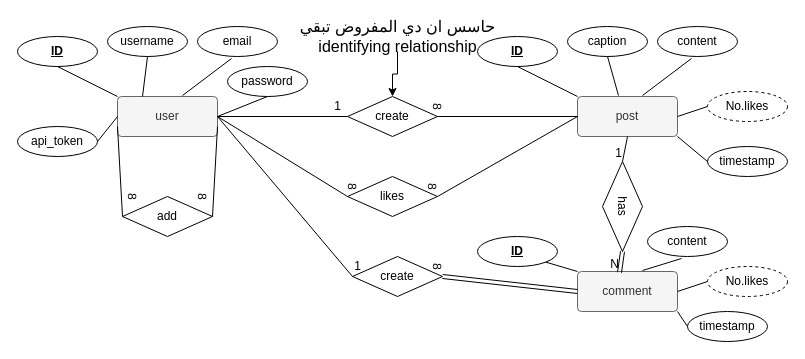
MohammadEssam0/database-related-things keeps this draw.io diagram as ER diagram.drawio. Above is the earlier version. Source tidied: cells renumbered, new cells numbered last; positions are measured from the earlier drawing's top-left corner, leaving out a move shared by most shapes. Both pictures are drawn from the tidied source at 100%, with x=0, y=0 at pixel (17, 21).
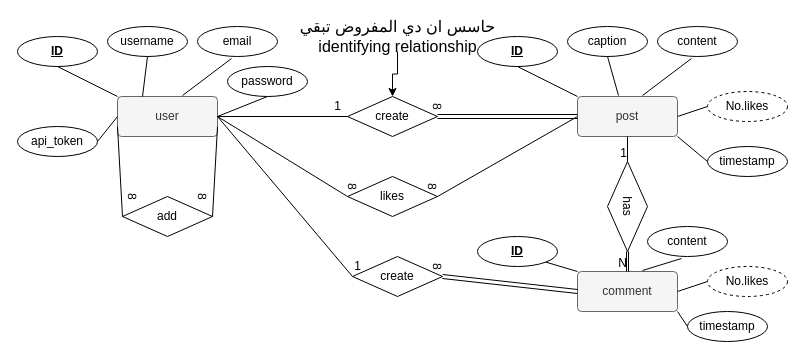
Above is the later version.

Unchanged cells that the change refers to:
```xml
<mxCell id="13" value="post" style="rounded=1;arcSize=10;whiteSpace=wrap;html=1;align=center;fillColor=#f5f5f5;fontColor=#333333;strokeColor=#666666;" parent="1" vertex="1">
  <mxGeometry x="560" y="75" width="100" height="40" as="geometry" />
</mxCell>
<mxCell id="20" value="create" style="shape=rhombus;perimeter=rhombusPerimeter;whiteSpace=wrap;html=1;align=center;" parent="1" vertex="1">
  <mxGeometry x="330" y="75" width="90" height="40" as="geometry" />
</mxCell>
<mxCell id="45" value="comment" style="rounded=1;arcSize=10;whiteSpace=wrap;html=1;align=center;fillColor=#f5f5f5;fontColor=#333333;strokeColor=#666666;" parent="1" vertex="1">
  <mxGeometry x="560" y="250" width="100" height="40" as="geometry" />
</mxCell>
```

What changed in the source:
```diff
@@
-    <mxCell id="22" style="endArrow=none;html=1;rounded=0;entryX=1;entryY=0.5;entryDx=0;entryDy=0;exitX=0;exitY=0.5;exitDx=0;exitDy=0;" parent="1" edge="1" source="13" target="20">
-      <mxGeometry relative="1" as="geometry" />
-    </mxCell>
@@
     <mxCell id="55" value="&lt;div&gt;has&lt;/div&gt;" style="shape=rhombus;perimeter=rhombusPerimeter;whiteSpace=wrap;html=1;align=center;rotation=90;" parent="1" vertex="1">
-      <mxGeometry x="560" y="165" width="90" height="40" as="geometry" />
+      <mxGeometry x="565" y="165" width="90" height="40" as="geometry" />
     </mxCell>
@@
-    <mxCell id="58" style="shape=link;html=1;rounded=0;fontSize=12;entryX=0.42;entryY=0.025;entryDx=0;entryDy=0;entryPerimeter=0;exitX=1;exitY=0.5;exitDx=0;exitDy=0;" parent="1" edge="1" source="55" target="45">
+    <mxCell id="58" style="shape=link;html=1;rounded=0;fontSize=12;entryX=0.5;entryY=0;entryDx=0;entryDy=0;exitX=1;exitY=0.5;exitDx=0;exitDy=0;width=2;" parent="1" edge="1" source="55" target="45">
       <mxGeometry relative="1" as="geometry" />
     </mxCell>
@@
+    <mxCell id="60" style="shape=link;html=1;rounded=0;fontSize=12;entryX=0;entryY=0.5;entryDx=0;entryDy=0;exitX=1;exitY=0.5;exitDx=0;exitDy=0;" parent="1" edge="1" source="20" target="13">
+      <mxGeometry relative="1" as="geometry" />
+    </mxCell>
```
